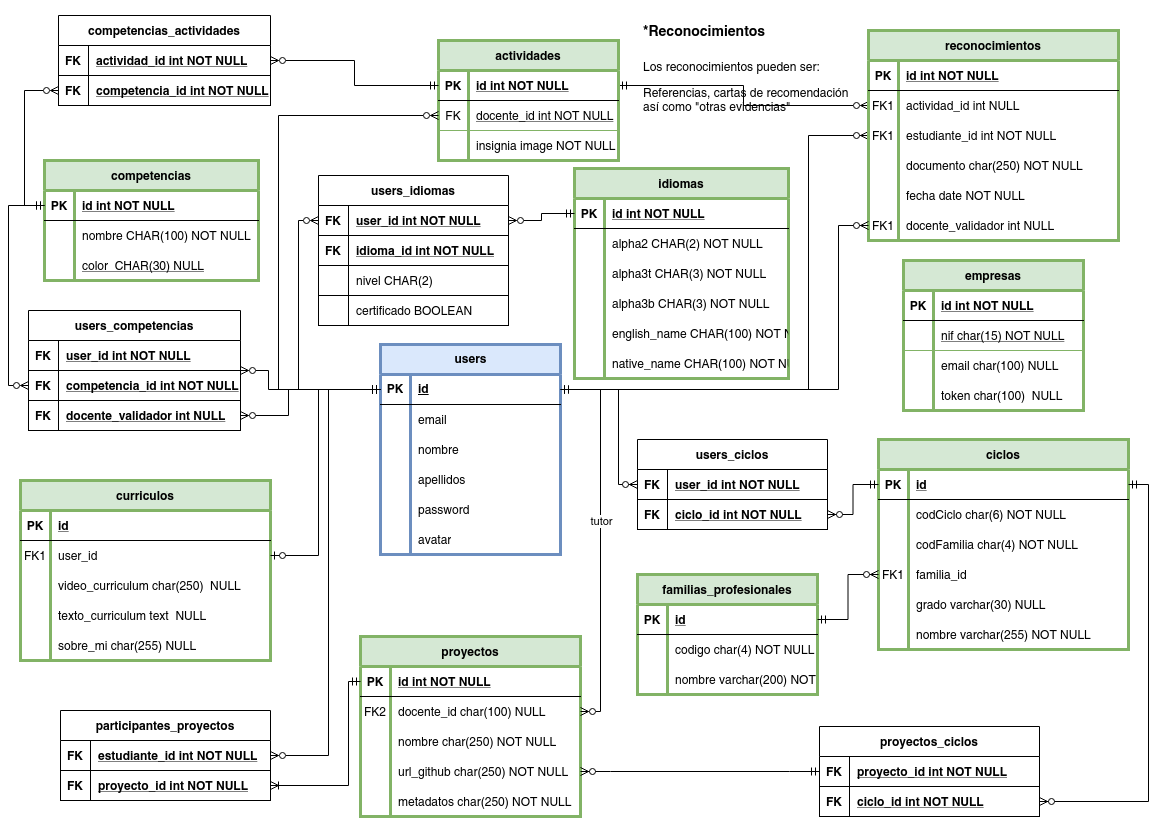
Zaidanxp/marcapersonalFP_REA keeps this draw.io diagram as documentos/marcapersonalFP.drawio.png. Above is the earlier version. Source tidied: cells renumbered, new cells last; positions are measured from the earlier drawing's top-left corner, leaving out a move shared by most shapes.
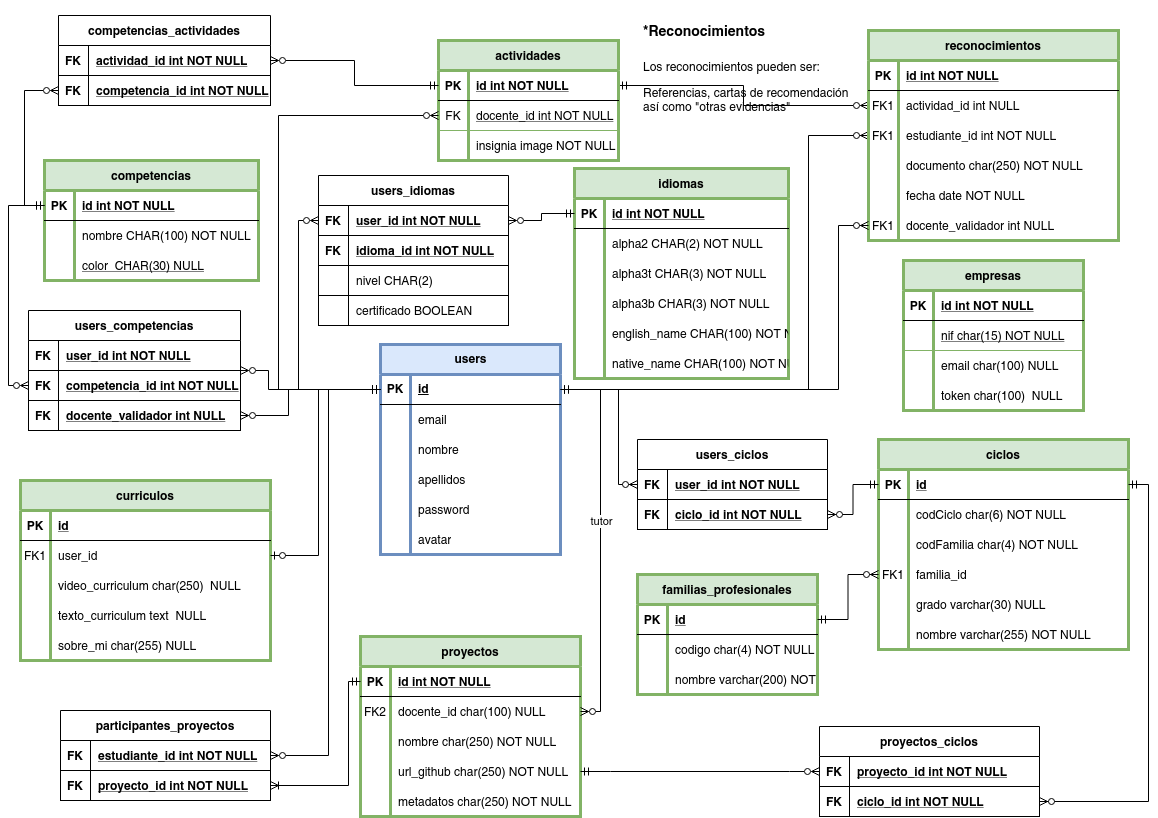
The same diagram one commit later.

Commit message:
Actualizando los diagramas (relacional y de casos de uso)

Diff of the diagram source:
```diff
@@ -457,7 +457,7 @@
     <mxCell id="142" value="ciclo_id int NOT NULL " style="shape=partialRectangle;overflow=hidden;fillColor=none;top=0;left=0;bottom=0;right=0;align=left;spacingLeft=6;fontStyle=5;" parent="140" vertex="1">
       <mxGeometry x="30" width="190" height="30" as="geometry" />
     </mxCell>
-    <mxCell id="143" style="edgeStyle=entityRelationEdgeStyle;fontSize=12;html=1;endArrow=ERzeroToMany;startArrow=ERmandOne;rounded=0;exitX=0;exitY=0.5;exitDx=0;exitDy=0;entryX=1;entryY=0.5;entryDx=0;entryDy=0;" parent="1" edge="1" source="137" target="61">
+    <mxCell id="143" style="edgeStyle=entityRelationEdgeStyle;fontSize=12;html=1;endArrow=ERmandOne;startArrow=ERzeroToMany;rounded=0;exitX=0;exitY=0.5;exitDx=0;exitDy=0;entryX=1;entryY=0.5;entryDx=0;entryDy=0;endFill=0;startFill=0;" parent="1" edge="1" source="137" target="61">
       <mxGeometry relative="1" as="geometry" />
     </mxCell>
     <mxCell id="144" style="edgeStyle=orthogonalEdgeStyle;fontSize=12;html=1;endArrow=ERzeroToMany;startArrow=ERmandOne;rounded=0;exitX=1;exitY=0.5;exitDx=0;exitDy=0;entryX=1;entryY=0.5;entryDx=0;entryDy=0;" parent="1" edge="1" source="100" target="140">
```
